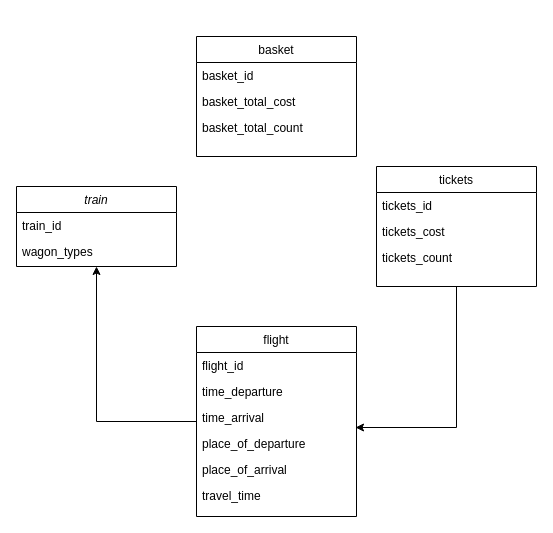
Before: src/scheme.drawio in ArseniyK1/rzhd, a draw.io diagram. Source tidied: cells renumbered, new cells numbered last; positions are measured from the earlier drawing's top-left corner, leaving out a move shared by most shapes. Both pictures are drawn from the tidied source at 100%, with x=0, y=0 at pixel (16, 36).
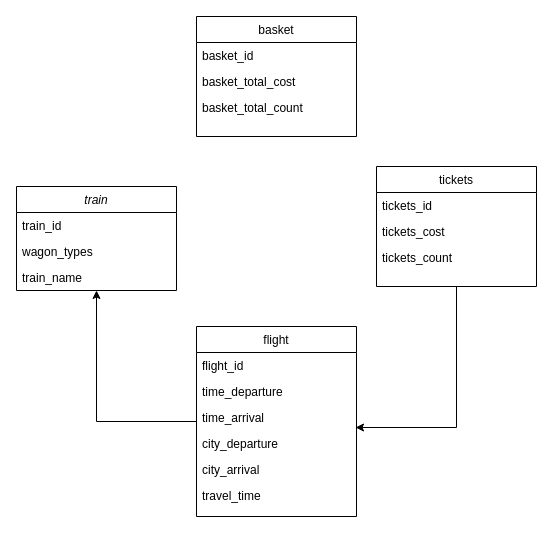
The same diagram, later.

The change refers to these unchanged cells:
```xml
<mxCell id="6" value="flight" style="swimlane;fontStyle=0;align=center;verticalAlign=top;horizontal=1;startSize=26;rounded=0;shadow=0;strokeWidth=1;" parent="1" vertex="1">
  <mxGeometry x="180" y="290" width="160" height="190" as="geometry" />
</mxCell>
```

What changed in the source:
```diff
@@
     <mxCell id="2" value="train" style="swimlane;fontStyle=2;align=center;verticalAlign=top;horizontal=1;startSize=26;rounded=0;shadow=0;strokeWidth=1;" parent="1" vertex="1">
-      <mxGeometry y="150" width="160" height="80" as="geometry" />
+      <mxGeometry y="150" width="160" height="104" as="geometry" />
     </mxCell>
@@
+    <mxCell id="22" value="train_name" style="text;align=left;verticalAlign=top;spacingLeft=4;spacingRight=4;overflow=hidden;rounded=0;shadow=0;html=0;" parent="2" vertex="1">
+      <mxGeometry y="78" width="160" height="26" as="geometry" />
+    </mxCell>
@@
-    <mxCell id="10" value="place_of_departure" style="text;align=left;verticalAlign=top;spacingLeft=4;spacingRight=4;overflow=hidden;points=[[0,0.5],[1,0.5]];portConstraint=eastwest;" parent="6" vertex="1">
+    <mxCell id="10" value="city_departure" style="text;align=left;verticalAlign=top;spacingLeft=4;spacingRight=4;overflow=hidden;points=[[0,0.5],[1,0.5]];portConstraint=eastwest;" parent="6" vertex="1">
       <mxGeometry y="104" width="160" height="26" as="geometry" />
     </mxCell>
-    <mxCell id="11" value="place_of_arrival" style="text;align=left;verticalAlign=top;spacingLeft=4;spacingRight=4;overflow=hidden;rounded=0;shadow=0;html=0;" parent="6" vertex="1">
+    <mxCell id="11" value="city_arrival" style="text;align=left;verticalAlign=top;spacingLeft=4;spacingRight=4;overflow=hidden;rounded=0;shadow=0;html=0;" parent="6" vertex="1">
       <mxGeometry y="130" width="160" height="26" as="geometry" />
     </mxCell>
@@
     <mxCell id="17" value="basket" style="swimlane;fontStyle=0;align=center;verticalAlign=top;horizontal=1;startSize=26;rounded=0;shadow=0;strokeWidth=1;" parent="1" vertex="1">
-      <mxGeometry x="180" width="160" height="120" as="geometry" />
+      <mxGeometry x="180" y="-20" width="160" height="120" as="geometry" />
     </mxCell>
```
